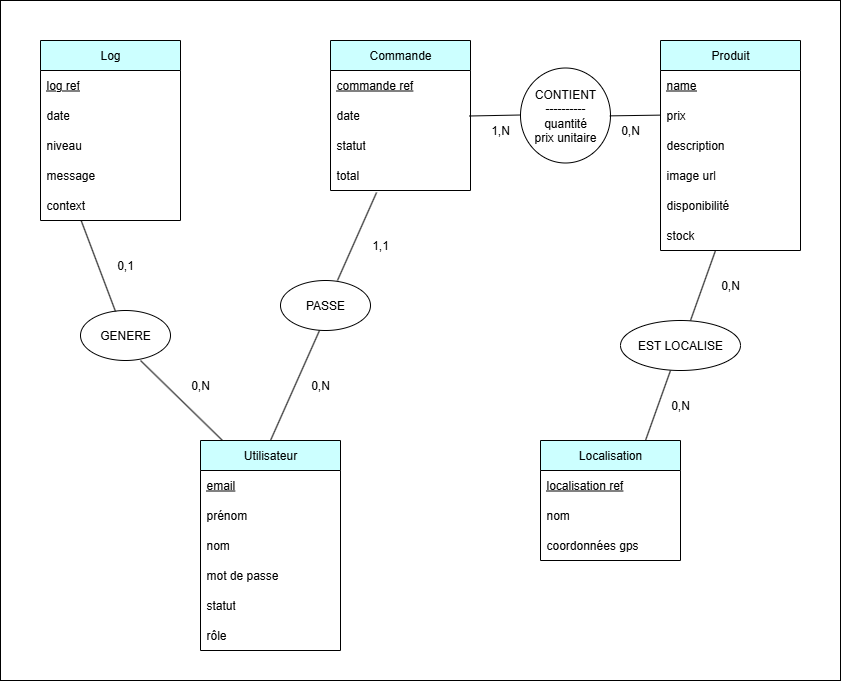
Salyarket/GreenRoots-Conception keeps this draw.io diagram as documents/Apothéose/merise/mcd/MCD_GreenRoots.drawio.png. Above is the earlier version. Source tidied: cells renumbered, new cells last; positions are measured from the earlier drawing's top-left corner, leaving out a move shared by most shapes.
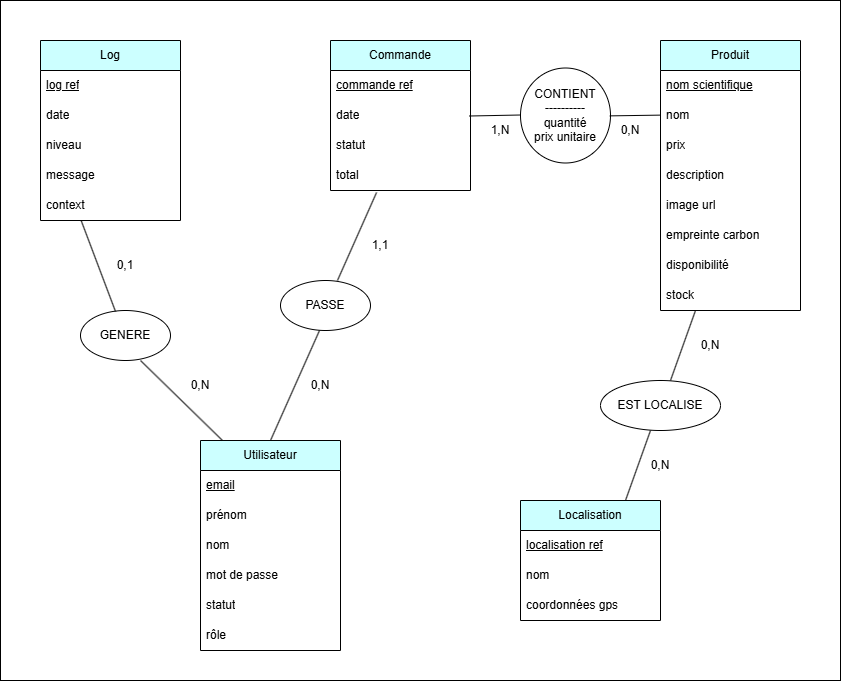
After the commit.

What changed in the source:
```diff
@@ -27,28 +27,34 @@
       <mxGeometry y="180" width="140" height="30" as="geometry" />
     </mxCell>
     <mxCell id="10" value="Produit" style="swimlane;fontStyle=0;horizontal=1;startSize=30;whiteSpace=wrap;html=1;fillColor=#CCFFFF;" parent="1" vertex="1">
-      <mxGeometry x="660" y="40" width="140" height="210" as="geometry" />
+      <mxGeometry x="660" y="40" width="140" height="270" as="geometry" />
     </mxCell>
-    <mxCell id="11" value="&lt;u&gt;name&lt;/u&gt;" style="text;strokeColor=none;fillColor=none;align=left;verticalAlign=middle;spacingLeft=4;spacingRight=4;overflow=hidden;whiteSpace=wrap;html=1;" parent="10" vertex="1">
+    <mxCell id="11" value="&lt;u&gt;nom scientifique&lt;/u&gt;" style="text;strokeColor=none;fillColor=none;align=left;verticalAlign=middle;spacingLeft=4;spacingRight=4;overflow=hidden;whiteSpace=wrap;html=1;" parent="10" vertex="1">
       <mxGeometry y="30" width="140" height="30" as="geometry" />
     </mxCell>
+    <mxCell id="52" value="nom" style="text;strokeColor=none;fillColor=none;align=left;verticalAlign=middle;spacingLeft=4;spacingRight=4;overflow=hidden;whiteSpace=wrap;html=1;" parent="10" vertex="1">
+      <mxGeometry y="60" width="140" height="30" as="geometry" />
+    </mxCell>
     <mxCell id="12" value="prix" style="text;strokeColor=none;fillColor=none;align=left;verticalAlign=middle;spacingLeft=4;spacingRight=4;overflow=hidden;whiteSpace=wrap;html=1;" parent="10" vertex="1">
-      <mxGeometry y="60" width="140" height="30" as="geometry" />
+      <mxGeometry y="90" width="140" height="30" as="geometry" />
     </mxCell>
     <mxCell id="13" value="description" style="text;strokeColor=none;fillColor=none;align=left;verticalAlign=middle;spacingLeft=4;spacingRight=4;overflow=hidden;whiteSpace=wrap;html=1;" parent="10" vertex="1">
-      <mxGeometry y="90" width="140" height="30" as="geometry" />
+      <mxGeometry y="120" width="140" height="30" as="geometry" />
     </mxCell>
     <mxCell id="14" value="image url" style="text;strokeColor=none;fillColor=none;align=left;verticalAlign=middle;spacingLeft=4;spacingRight=4;overflow=hidden;whiteSpace=wrap;html=1;" parent="10" vertex="1">
-      <mxGeometry y="120" width="140" height="30" as="geometry" />
+      <mxGeometry y="150" width="140" height="30" as="geometry" />
     </mxCell>
+    <mxCell id="53" value="empreinte carbon" style="text;strokeColor=none;fillColor=none;align=left;verticalAlign=middle;spacingLeft=4;spacingRight=4;overflow=hidden;whiteSpace=wrap;html=1;" parent="10" vertex="1">
+      <mxGeometry y="180" width="140" height="30" as="geometry" />
+    </mxCell>
     <mxCell id="15" value="disponibilité" style="text;strokeColor=none;fillColor=none;align=left;verticalAlign=middle;spacingLeft=4;spacingRight=4;overflow=hidden;whiteSpace=wrap;html=1;" parent="10" vertex="1">
-      <mxGeometry y="150" width="140" height="30" as="geometry" />
+      <mxGeometry y="210" width="140" height="30" as="geometry" />
     </mxCell>
     <mxCell id="16" value="stock" style="text;strokeColor=none;fillColor=none;align=left;verticalAlign=middle;spacingLeft=4;spacingRight=4;overflow=hidden;whiteSpace=wrap;html=1;" parent="10" vertex="1">
-      <mxGeometry y="180" width="140" height="30" as="geometry" />
+      <mxGeometry y="240" width="140" height="30" as="geometry" />
     </mxCell>
     <mxCell id="17" value="Localisation" style="swimlane;fontStyle=0;horizontal=1;startSize=30;whiteSpace=wrap;html=1;fillColor=#CCFFFF;" parent="1" vertex="1">
-      <mxGeometry x="540" y="440" width="140" height="120" as="geometry" />
+      <mxGeometry x="520" y="500" width="140" height="120" as="geometry" />
     </mxCell>
     <mxCell id="18" value="&lt;u&gt;localisation ref&lt;/u&gt;" style="text;strokeColor=none;fillColor=none;align=left;verticalAlign=middle;spacingLeft=4;spacingRight=4;overflow=hidden;whiteSpace=wrap;html=1;" parent="17" vertex="1">
       <mxGeometry y="30" width="140" height="30" as="geometry" />
@@ -96,7 +102,7 @@
       <mxGeometry x="520" y="67.5" width="90" height="95" as="geometry" />
     </mxCell>
     <mxCell id="33" value="EST LOCALISE" style="ellipse;whiteSpace=wrap;html=1;" parent="1" vertex="1">
-      <mxGeometry x="620" y="320" width="120" height="50" as="geometry" />
+      <mxGeometry x="600" y="380" width="120" height="50" as="geometry" />
     </mxCell>
     <mxCell id="34" value="PASSE" style="ellipse;whiteSpace=wrap;html=1;" parent="1" vertex="1">
       <mxGeometry x="280" y="280" width="90" height="50" as="geometry" />
@@ -106,13 +112,13 @@
     </mxCell>
     <mxCell id="36" style="endArrow=none;html=1;rounded=0;exitX=0.75;exitY=0;exitDx=0;exitDy=0;" parent="1" edge="1" source="17">
       <mxGeometry relative="1" as="geometry">
-        <mxPoint x="670" y="370" as="targetPoint" />
+        <mxPoint x="650" y="430" as="targetPoint" />
       </mxGeometry>
     </mxCell>
     <mxCell id="37" style="endArrow=none;html=1;rounded=0;exitX=0.75;exitY=0;exitDx=0;exitDy=0;" parent="1" edge="1">
       <mxGeometry relative="1" as="geometry">
-        <mxPoint x="690" y="320" as="sourcePoint" />
-        <mxPoint x="715" y="250" as="targetPoint" />
+        <mxPoint x="670" y="380" as="sourcePoint" />
+        <mxPoint x="695" y="310" as="targetPoint" />
       </mxGeometry>
     </mxCell>
     <mxCell id="38" style="endArrow=none;html=1;rounded=0;entryX=0.329;entryY=1.067;entryDx=0;entryDy=0;entryPerimeter=0;exitX=0.5;exitY=0;exitDx=0;exitDy=0;" parent="1" edge="1" source="3">
@@ -152,10 +158,10 @@
       <mxGeometry x="350" y="230" width="60" height="30" as="geometry" />
     </mxCell>
     <mxCell id="46" value="0,N" style="text;html=1;align=center;verticalAlign=middle;whiteSpace=wrap;rounded=0;" parent="1" vertex="1">
-      <mxGeometry x="700" y="270" width="60" height="30" as="geometry" />
+      <mxGeometry x="680" y="330" width="60" height="30" as="geometry" />
     </mxCell>
     <mxCell id="47" value="0,N" style="text;html=1;align=center;verticalAlign=middle;whiteSpace=wrap;rounded=0;" parent="1" vertex="1">
-      <mxGeometry x="650" y="390" width="60" height="30" as="geometry" />
+      <mxGeometry x="630" y="450" width="60" height="30" as="geometry" />
     </mxCell>
     <mxCell id="48" value="0,N" style="text;html=1;align=center;verticalAlign=middle;whiteSpace=wrap;rounded=0;" parent="1" vertex="1">
       <mxGeometry x="170" y="370" width="60" height="30" as="geometry" />
```
